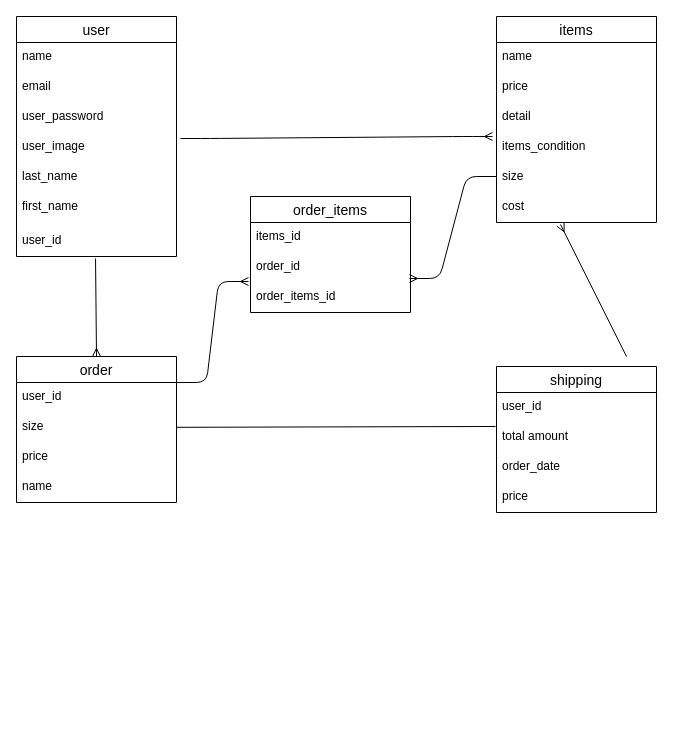
This is app/views/test.dio from daiki0527/furima-40956, a draw.io file, before an edit. Source tidied: cells renumbered, new cells numbered last; positions are measured from the earlier drawing's top-left corner, leaving out a move shared by most shapes. Both pictures are drawn from the tidied source at 100%, with x=0, y=0 at pixel (16, 16).
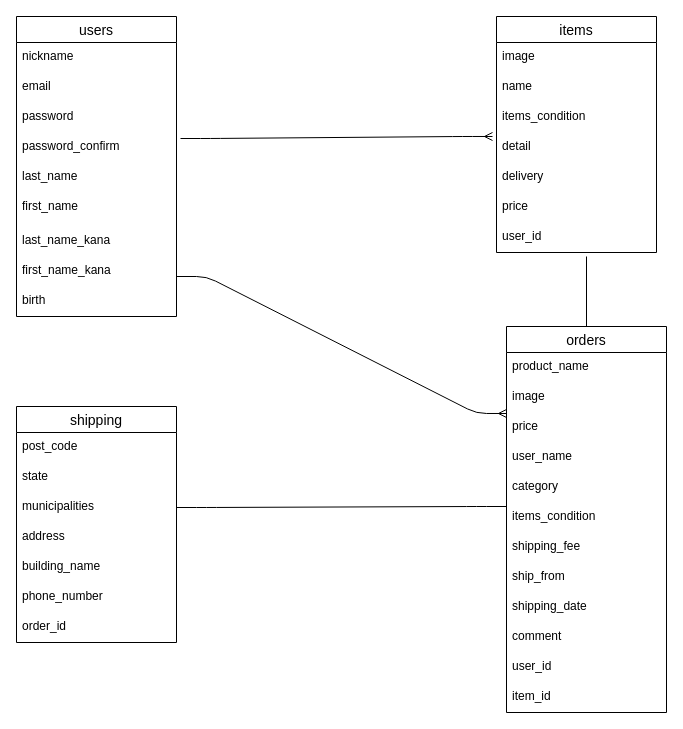
The same page after the edit.

Commit message (it also covers changes not shown here):
データベース設計③

Unchanged cells that the change refers to:
```xml
<mxCell id="22" value="price" style="text;strokeColor=none;fillColor=none;spacingLeft=4;spacingRight=4;overflow=hidden;points=[[0,0.5],[1,0.5]];portConstraint=eastwest;fontSize=12;" parent="19" vertex="1">
  <mxGeometry y="86" width="160" height="30" as="geometry" />
</mxCell>
```

What changed in the source:
```diff
@@
-    <mxCell id="2" value="user" style="swimlane;fontStyle=0;horizontal=1;startSize=26;align=center;fontSize=14;" parent="1" vertex="1">
-      <mxGeometry width="160" height="240" as="geometry" />
+    <mxCell id="2" value="users" style="swimlane;fontStyle=0;horizontal=1;startSize=26;align=center;fontSize=14;" parent="1" vertex="1">
+      <mxGeometry width="160" height="300" as="geometry" />
     </mxCell>
-    <mxCell id="3" value="name" style="text;strokeColor=none;fillColor=none;spacingLeft=4;spacingRight=4;overflow=hidden;fontSize=12;" parent="2" vertex="1">
+    <mxCell id="3" value="nickname " style="text;strokeColor=none;fillColor=none;spacingLeft=4;spacingRight=4;overflow=hidden;fontSize=12;" parent="2" vertex="1">
       <mxGeometry y="26" width="160" height="30" as="geometry" />
     </mxCell>
@@
-    <mxCell id="5" value="user_password" style="text;strokeColor=none;fillColor=none;spacingLeft=4;spacingRight=4;overflow=hidden;fontSize=12;" parent="2" vertex="1">
+    <mxCell id="5" value="password " style="text;strokeColor=none;fillColor=none;spacingLeft=4;spacingRight=4;overflow=hidden;fontSize=12;" parent="2" vertex="1">
       <mxGeometry y="86" width="160" height="30" as="geometry" />
     </mxCell>
-    <mxCell id="6" value="user_image" style="text;strokeColor=none;fillColor=none;spacingLeft=4;spacingRight=4;overflow=hidden;points=[[0,0.5],[1,0.5]];portConstraint=eastwest;fontSize=12;" parent="2" vertex="1">
+    <mxCell id="6" value="password_confirm" style="text;strokeColor=none;fillColor=none;spacingLeft=4;spacingRight=4;overflow=hidden;points=[[0,0.5],[1,0.5]];portConstraint=eastwest;fontSize=12;" parent="2" vertex="1">
       <mxGeometry y="116" width="160" height="30" as="geometry" />
     </mxCell>
@@
-    <mxCell id="9" value="user_id" style="text;strokeColor=none;fillColor=none;spacingLeft=4;spacingRight=4;overflow=hidden;points=[[0,0.5],[1,0.5]];portConstraint=eastwest;fontSize=12;" parent="2" vertex="1">
+    <mxCell id="9" value="last_name_kana" style="text;strokeColor=none;fillColor=none;spacingLeft=4;spacingRight=4;overflow=hidden;points=[[0,0.5],[1,0.5]];portConstraint=eastwest;fontSize=12;" parent="2" vertex="1">
       <mxGeometry y="210" width="160" height="30" as="geometry" />
     </mxCell>
+    <mxCell id="37" value="first_name_kana" style="text;strokeColor=none;fillColor=none;spacingLeft=4;spacingRight=4;overflow=hidden;fontSize=12;" parent="2" vertex="1">
+      <mxGeometry y="240" width="160" height="30" as="geometry" />
+    </mxCell>
+    <mxCell id="38" value="birth" style="text;strokeColor=none;fillColor=none;spacingLeft=4;spacingRight=4;overflow=hidden;fontSize=12;" parent="2" vertex="1">
+      <mxGeometry y="270" width="160" height="30" as="geometry" />
+    </mxCell>
     <mxCell id="10" value="items" style="swimlane;fontStyle=0;horizontal=1;startSize=26;align=center;fontSize=14;" parent="1" vertex="1">
-      <mxGeometry x="480" width="160" height="206" as="geometry" />
+      <mxGeometry x="480" width="160" height="236" as="geometry" />
     </mxCell>
-    <mxCell id="11" value="name" style="text;strokeColor=none;fillColor=none;spacingLeft=4;spacingRight=4;overflow=hidden;fontSize=12;" parent="10" vertex="1">
+    <mxCell id="11" value="image" style="text;strokeColor=none;fillColor=none;spacingLeft=4;spacingRight=4;overflow=hidden;fontSize=12;" parent="10" vertex="1">
       <mxGeometry y="26" width="160" height="30" as="geometry" />
     </mxCell>
-    <mxCell id="12" value="price" style="text;strokeColor=none;fillColor=none;spacingLeft=4;spacingRight=4;overflow=hidden;fontSize=12;" parent="10" vertex="1">
+    <mxCell id="12" value="name" style="text;strokeColor=none;fillColor=none;spacingLeft=4;spacingRight=4;overflow=hidden;fontSize=12;" parent="10" vertex="1">
       <mxGeometry y="56" width="160" height="30" as="geometry" />
     </mxCell>
-    <mxCell id="13" value="detail" style="text;strokeColor=none;fillColor=none;spacingLeft=4;spacingRight=4;overflow=hidden;fontSize=12;" parent="10" vertex="1">
+    <mxCell id="13" value="items_condition" style="text;strokeColor=none;fillColor=none;spacingLeft=4;spacingRight=4;overflow=hidden;fontSize=12;" parent="10" vertex="1">
       <mxGeometry y="86" width="160" height="30" as="geometry" />
     </mxCell>
-    <mxCell id="14" value="items_condition" style="text;strokeColor=none;fillColor=none;spacingLeft=4;spacingRight=4;overflow=hidden;points=[[0,0.5],[1,0.5]];portConstraint=eastwest;fontSize=12;" parent="10" vertex="1">
+    <mxCell id="14" value="detail" style="text;strokeColor=none;fillColor=none;spacingLeft=4;spacingRight=4;overflow=hidden;points=[[0,0.5],[1,0.5]];portConstraint=eastwest;fontSize=12;" parent="10" vertex="1">
       <mxGeometry y="116" width="160" height="30" as="geometry" />
     </mxCell>
-    <mxCell id="15" value="size" style="text;strokeColor=none;fillColor=none;spacingLeft=4;spacingRight=4;overflow=hidden;fontSize=12;" parent="10" vertex="1">
+    <mxCell id="15" value="delivery" style="text;strokeColor=none;fillColor=none;spacingLeft=4;spacingRight=4;overflow=hidden;fontSize=12;" parent="10" vertex="1">
       <mxGeometry y="146" width="160" height="30" as="geometry" />
     </mxCell>
-    <mxCell id="16" value="cost" style="text;strokeColor=none;fillColor=none;spacingLeft=4;spacingRight=4;overflow=hidden;points=[[0,0.5],[1,0.5]];portConstraint=eastwest;fontSize=12;" parent="10" vertex="1">
+    <mxCell id="16" value="price " style="text;strokeColor=none;fillColor=none;spacingLeft=4;spacingRight=4;overflow=hidden;points=[[0,0.5],[1,0.5]];portConstraint=eastwest;fontSize=12;" parent="10" vertex="1">
       <mxGeometry y="176" width="160" height="30" as="geometry" />
     </mxCell>
+    <mxCell id="39" value="user_id" style="text;strokeColor=none;fillColor=none;spacingLeft=4;spacingRight=4;overflow=hidden;fontSize=12;" parent="10" vertex="1">
+      <mxGeometry y="206" width="160" height="30" as="geometry" />
+    </mxCell>
@@
-    <mxCell id="18" style="edgeStyle=none;html=1;exitX=0.5;exitY=0;exitDx=0;exitDy=0;strokeColor=default;startArrow=ERmany;startFill=0;endArrow=none;endFill=0;entryX=0.494;entryY=1.067;entryDx=0;entryDy=0;entryPerimeter=0;" parent="1" edge="1" source="19" target="9">
-      <mxGeometry relative="1" as="geometry" />
-    </mxCell>
+    <mxCell id="40" style="edgeStyle=none;html=1;exitX=0.5;exitY=0;exitDx=0;exitDy=0;endArrow=none;endFill=0;" parent="1" edge="1" source="19">
+      <mxGeometry relative="1" as="geometry">
+        <mxPoint x="570" y="240" as="targetPoint" />
+      </mxGeometry>
+    </mxCell>
-    <mxCell id="19" value="order" style="swimlane;fontStyle=0;horizontal=1;startSize=26;align=center;fontSize=14;" parent="1" vertex="1">
-      <mxGeometry y="340" width="160" height="146" as="geometry" />
+    <mxCell id="19" value="orders" style="swimlane;fontStyle=0;horizontal=1;startSize=26;align=center;fontSize=14;" parent="1" vertex="1">
+      <mxGeometry x="490" y="310" width="160" height="386" as="geometry" />
     </mxCell>
-    <mxCell id="20" value="user_id" style="text;strokeColor=none;fillColor=none;spacingLeft=4;spacingRight=4;overflow=hidden;fontSize=12;" parent="19" vertex="1">
+    <mxCell id="20" value="product_name" style="text;strokeColor=none;fillColor=none;spacingLeft=4;spacingRight=4;overflow=hidden;fontSize=12;" parent="19" vertex="1">
       <mxGeometry y="26" width="160" height="30" as="geometry" />
     </mxCell>
-    <mxCell id="21" value="size" style="text;strokeColor=none;fillColor=none;spacingLeft=4;spacingRight=4;overflow=hidden;fontSize=12;" parent="19" vertex="1">
+    <mxCell id="21" value="image" style="text;strokeColor=none;fillColor=none;spacingLeft=4;spacingRight=4;overflow=hidden;fontSize=12;" parent="19" vertex="1">
       <mxGeometry y="56" width="160" height="30" as="geometry" />
     </mxCell>
@@
-    <mxCell id="23" value="name" style="text;strokeColor=none;fillColor=none;spacingLeft=4;spacingRight=4;overflow=hidden;fontSize=12;" parent="19" vertex="1">
+    <mxCell id="23" value="user_name" style="text;strokeColor=none;fillColor=none;spacingLeft=4;spacingRight=4;overflow=hidden;fontSize=12;" parent="19" vertex="1">
       <mxGeometry y="116" width="160" height="30" as="geometry" />
     </mxCell>
+    <mxCell id="41" value="category" style="text;strokeColor=none;fillColor=none;spacingLeft=4;spacingRight=4;overflow=hidden;fontSize=12;" parent="19" vertex="1">
+      <mxGeometry y="146" width="160" height="30" as="geometry" />
+    </mxCell>
+    <mxCell id="42" value="items_condition " style="text;strokeColor=none;fillColor=none;spacingLeft=4;spacingRight=4;overflow=hidden;fontSize=12;" parent="19" vertex="1">
+      <mxGeometry y="176" width="160" height="30" as="geometry" />
+    </mxCell>
+    <mxCell id="43" value="shipping_fee" style="text;strokeColor=none;fillColor=none;spacingLeft=4;spacingRight=4;overflow=hidden;fontSize=12;" parent="19" vertex="1">
+      <mxGeometry y="206" width="160" height="30" as="geometry" />
+    </mxCell>
+    <mxCell id="44" value="ship_from" style="text;strokeColor=none;fillColor=none;spacingLeft=4;spacingRight=4;overflow=hidden;fontSize=12;" parent="19" vertex="1">
+      <mxGeometry y="236" width="160" height="30" as="geometry" />
+    </mxCell>
+    <mxCell id="45" value="shipping_date" style="text;strokeColor=none;fillColor=none;spacingLeft=4;spacingRight=4;overflow=hidden;fontSize=12;" parent="19" vertex="1">
+      <mxGeometry y="266" width="160" height="30" as="geometry" />
+    </mxCell>
+    <mxCell id="46" value="comment" style="text;strokeColor=none;fillColor=none;spacingLeft=4;spacingRight=4;overflow=hidden;fontSize=12;" parent="19" vertex="1">
+      <mxGeometry y="296" width="160" height="30" as="geometry" />
+    </mxCell>
+    <mxCell id="47" value="user_id" style="text;strokeColor=none;fillColor=none;spacingLeft=4;spacingRight=4;overflow=hidden;fontSize=12;" parent="19" vertex="1">
+      <mxGeometry y="326" width="160" height="30" as="geometry" />
+    </mxCell>
+    <mxCell id="48" value="item_id" style="text;strokeColor=none;fillColor=none;spacingLeft=4;spacingRight=4;overflow=hidden;fontSize=12;" parent="19" vertex="1">
+      <mxGeometry y="356" width="160" height="30" as="geometry" />
+    </mxCell>
     <mxCell id="24" value="shipping" style="swimlane;fontStyle=0;horizontal=1;startSize=26;align=center;fontSize=14;" parent="1" vertex="1">
-      <mxGeometry x="480" y="350" width="160" height="146" as="geometry" />
+      <mxGeometry y="390" width="160" height="236" as="geometry" />
     </mxCell>
-    <mxCell id="25" value="user_id" style="text;strokeColor=none;fillColor=none;spacingLeft=4;spacingRight=4;overflow=hidden;fontSize=12;" parent="24" vertex="1">
+    <mxCell id="25" value="post_code" style="text;strokeColor=none;fillColor=none;spacingLeft=4;spacingRight=4;overflow=hidden;fontSize=12;" parent="24" vertex="1">
       <mxGeometry y="26" width="160" height="30" as="geometry" />
     </mxCell>
-    <mxCell id="26" value="total amount" style="text;strokeColor=none;fillColor=none;spacingLeft=4;spacingRight=4;overflow=hidden;points=[[0,0.5],[1,0.5]];portConstraint=eastwest;fontSize=12;" parent="24" vertex="1">
+    <mxCell id="26" value="state" style="text;strokeColor=none;fillColor=none;spacingLeft=4;spacingRight=4;overflow=hidden;points=[[0,0.5],[1,0.5]];portConstraint=eastwest;fontSize=12;" parent="24" vertex="1">
       <mxGeometry y="56" width="160" height="30" as="geometry" />
     </mxCell>
-    <mxCell id="27" value="order_date" style="text;strokeColor=none;fillColor=none;spacingLeft=4;spacingRight=4;overflow=hidden;points=[[0,0.5],[1,0.5]];portConstraint=eastwest;fontSize=12;" parent="24" vertex="1">
+    <mxCell id="27" value="municipalities" style="text;strokeColor=none;fillColor=none;spacingLeft=4;spacingRight=4;overflow=hidden;points=[[0,0.5],[1,0.5]];portConstraint=eastwest;fontSize=12;" parent="24" vertex="1">
       <mxGeometry y="86" width="160" height="30" as="geometry" />
     </mxCell>
-    <mxCell id="28" value="price" style="text;strokeColor=none;fillColor=none;spacingLeft=4;spacingRight=4;overflow=hidden;fontSize=12;" parent="24" vertex="1">
+    <mxCell id="28" value="address" style="text;strokeColor=none;fillColor=none;spacingLeft=4;spacingRight=4;overflow=hidden;fontSize=12;" parent="24" vertex="1">
       <mxGeometry y="116" width="160" height="30" as="geometry" />
     </mxCell>
-    <mxCell id="29" style="edgeStyle=none;html=1;entryX=-0.006;entryY=0.133;entryDx=0;entryDy=0;startArrow=none;startFill=0;endArrow=none;endFill=0;entryPerimeter=0;" parent="1" edge="1" target="26">
-      <mxGeometry relative="1" as="geometry">
-        <mxPoint x="160" y="410.8" as="sourcePoint" />
-      </mxGeometry>
-    </mxCell>
-    <mxCell id="30" value="order_items" style="swimlane;fontStyle=0;horizontal=1;startSize=26;align=center;fontSize=14;" parent="1" vertex="1">
-      <mxGeometry x="234" y="180" width="160" height="116" as="geometry" />
-    </mxCell>
-    <mxCell id="31" value="items_id" style="text;strokeColor=none;fillColor=none;spacingLeft=4;spacingRight=4;overflow=hidden;fontSize=12;" parent="30" vertex="1">
-      <mxGeometry y="26" width="160" height="30" as="geometry" />
-    </mxCell>
+    <mxCell id="49" value="building_name" style="text;strokeColor=none;fillColor=none;spacingLeft=4;spacingRight=4;overflow=hidden;fontSize=12;" parent="24" vertex="1">
+      <mxGeometry y="146" width="160" height="30" as="geometry" />
+    </mxCell>
+    <mxCell id="50" value="phone_number" style="text;strokeColor=none;fillColor=none;spacingLeft=4;spacingRight=4;overflow=hidden;fontSize=12;" parent="24" vertex="1">
+      <mxGeometry y="176" width="160" height="30" as="geometry" />
+    </mxCell>
-    <mxCell id="32" value="order_id" style="text;strokeColor=none;fillColor=none;spacingLeft=4;spacingRight=4;overflow=hidden;points=[[0,0.5],[1,0.5]];portConstraint=eastwest;fontSize=12;" parent="30" vertex="1">
-      <mxGeometry y="56" width="160" height="30" as="geometry" />
+    <mxCell id="32" value="order_id" style="text;strokeColor=none;fillColor=none;spacingLeft=4;spacingRight=4;overflow=hidden;points=[[0,0.5],[1,0.5]];portConstraint=eastwest;fontSize=12;" parent="24" vertex="1">
+      <mxGeometry y="206" width="160" height="30" as="geometry" />
     </mxCell>
-    <mxCell id="33" style="edgeStyle=entityRelationEdgeStyle;fontSize=12;html=1;endArrow=ERmany;endFill=0;startArrow=none;startFill=0;" parent="30" edge="1">
-      <mxGeometry relative="1" as="geometry">
-        <mxPoint x="-74" y="186" as="sourcePoint" />
-        <mxPoint x="-2" y="85" as="targetPoint" />
-      </mxGeometry>
-    </mxCell>
-    <mxCell id="34" value="order_items_id" style="text;strokeColor=none;fillColor=none;spacingLeft=4;spacingRight=4;overflow=hidden;fontSize=12;" parent="30" vertex="1">
-      <mxGeometry y="86" width="160" height="30" as="geometry" />
-    </mxCell>
-    <mxCell id="35" style="edgeStyle=entityRelationEdgeStyle;fontSize=12;html=1;endArrow=none;endFill=0;exitX=0.994;exitY=0.867;exitDx=0;exitDy=0;exitPerimeter=0;startArrow=ERmany;startFill=0;" parent="1" edge="1" source="32">
-      <mxGeometry relative="1" as="geometry">
-        <mxPoint x="480" y="160" as="targetPoint" />
-      </mxGeometry>
-    </mxCell>
-    <mxCell id="36" style="edgeStyle=none;jettySize=auto;html=1;startArrow=ERmany;startFill=0;endArrow=none;endFill=0;exitX=0.4;exitY=1.067;exitDx=0;exitDy=0;exitPerimeter=0;" parent="1" edge="1" source="16">
-      <mxGeometry relative="1" as="geometry">
-        <mxPoint x="610" y="340" as="targetPoint" />
-      </mxGeometry>
-    </mxCell>
+    <mxCell id="51" style="edgeStyle=entityRelationEdgeStyle;fontSize=12;html=1;endArrow=none;endFill=0;exitX=1;exitY=0.5;exitDx=0;exitDy=0;" parent="1" edge="1" source="27">
+      <mxGeometry relative="1" as="geometry">
+        <mxPoint x="490" y="490" as="targetPoint" />
+      </mxGeometry>
+    </mxCell>
+    <mxCell id="52" style="edgeStyle=entityRelationEdgeStyle;fontSize=12;html=1;endArrow=ERmany;endFill=0;entryX=0;entryY=0.033;entryDx=0;entryDy=0;entryPerimeter=0;" parent="1" edge="1" target="22">
+      <mxGeometry relative="1" as="geometry">
+        <mxPoint x="160" y="260" as="sourcePoint" />
+      </mxGeometry>
+    </mxCell>
```
